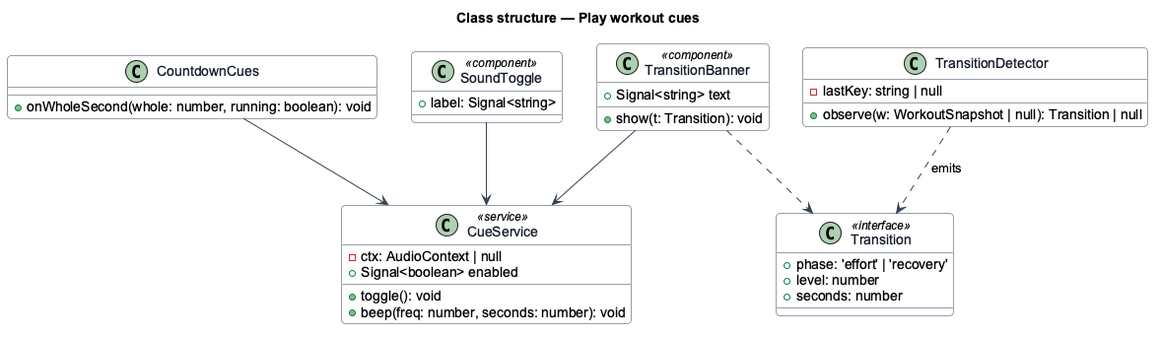
Earlier version of the PlantUML export docs/detailed-designs/workouts/play-workout-cues/diagrams/class-structure.png (QuinntyneBrown/ride-one).
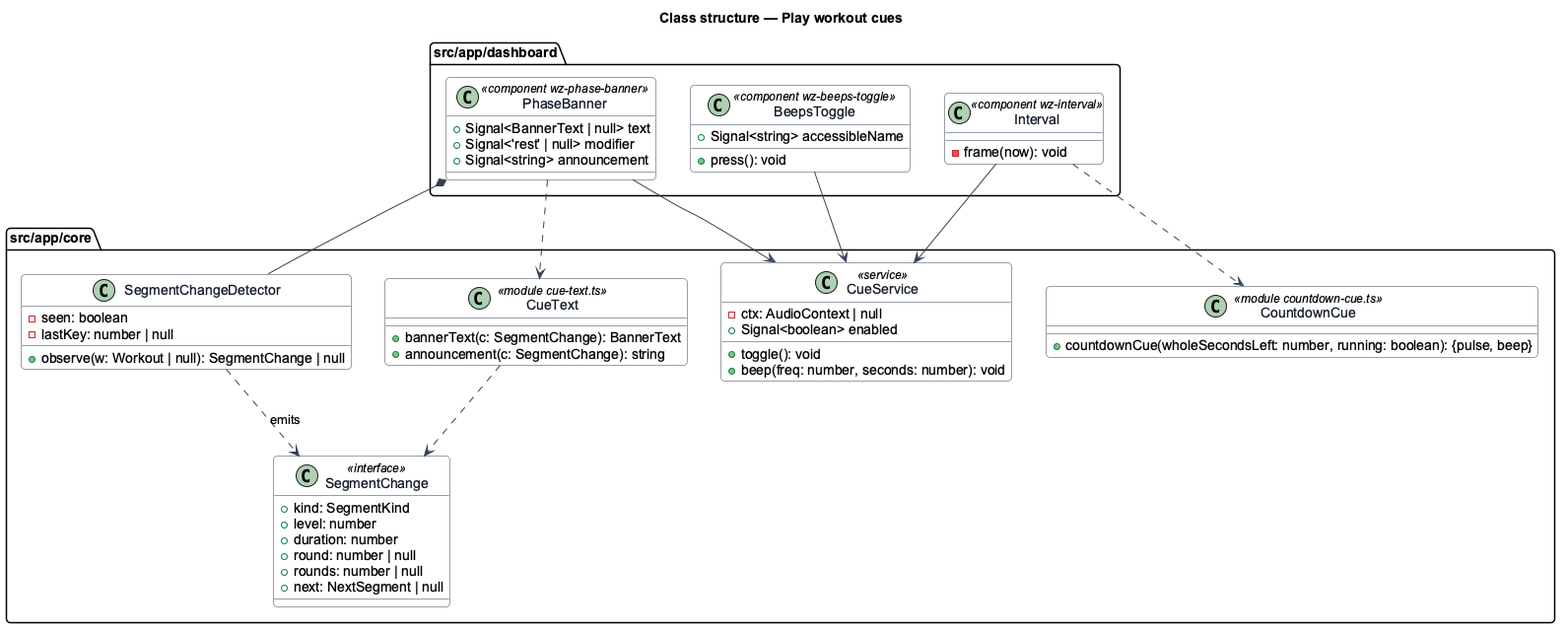
Later version of the same file.

Change to the diagram source:
```diff
@@ -11,35 +11,56 @@
 }
 title Class structure — Play workout cues
 
-class CueService <<service>> {
-  -ctx: AudioContext | null
-  +Signal<boolean> enabled
-  +toggle(): void
-  +beep(freq: number, seconds: number): void
-}
-class TransitionDetector {
-  -lastKey: string | null
-  +observe(w: WorkoutSnapshot | null): Transition | null
-}
-class Transition <<interface>> {
-  +phase: 'effort' | 'recovery'
-  +level: number
-  +seconds: number
-}
-class CountdownCues {
-  +onWholeSecond(whole: number, running: boolean): void
-}
-class TransitionBanner <<component>> {
-  +Signal<string> text
-  +show(t: Transition): void
-}
-class SoundToggle <<component>> {
-  +label: Signal<string>
+package "src/app/core" {
+  class CueService <<service>> {
+    -ctx: AudioContext | null
+    +Signal<boolean> enabled
+    +toggle(): void
+    +beep(freq: number, seconds: number): void
+  }
+  class SegmentChangeDetector {
+    -seen: boolean
+    -lastKey: number | null
+    +observe(w: Workout | null): SegmentChange | null
+  }
+  class SegmentChange <<interface>> {
+    +kind: SegmentKind
+    +level: number
+    +duration: number
+    +round: number | null
+    +rounds: number | null
+    +next: NextSegment | null
+  }
+  class CueText <<module cue-text.ts>> {
+    +bannerText(c: SegmentChange): BannerText
+    +announcement(c: SegmentChange): string
+  }
+  class CountdownCue <<module countdown-cue.ts>> {
+    +countdownCue(wholeSecondsLeft: number, running: boolean): {pulse, beep}
+  }
 }
 
-TransitionDetector ..> Transition : emits
-TransitionBanner ..> Transition
-TransitionBanner --> CueService
-CountdownCues --> CueService
-SoundToggle --> CueService
+package "src/app/dashboard" {
+  class PhaseBanner <<component wz-phase-banner>> {
+    +Signal<BannerText | null> text
+    +Signal<'rest' | null> modifier
+    +Signal<string> announcement
+  }
+  class BeepsToggle <<component wz-beeps-toggle>> {
+    +Signal<string> accessibleName
+    +press(): void
+  }
+  class Interval <<component wz-interval>> {
+    -frame(now): void
+  }
+}
+
+SegmentChangeDetector ..> SegmentChange : emits
+CueText ..> SegmentChange
+PhaseBanner *-- SegmentChangeDetector
+PhaseBanner ..> CueText
+PhaseBanner --> CueService
+Interval ..> CountdownCue
+Interval --> CueService
+BeepsToggle --> CueService
 @enduml
```
